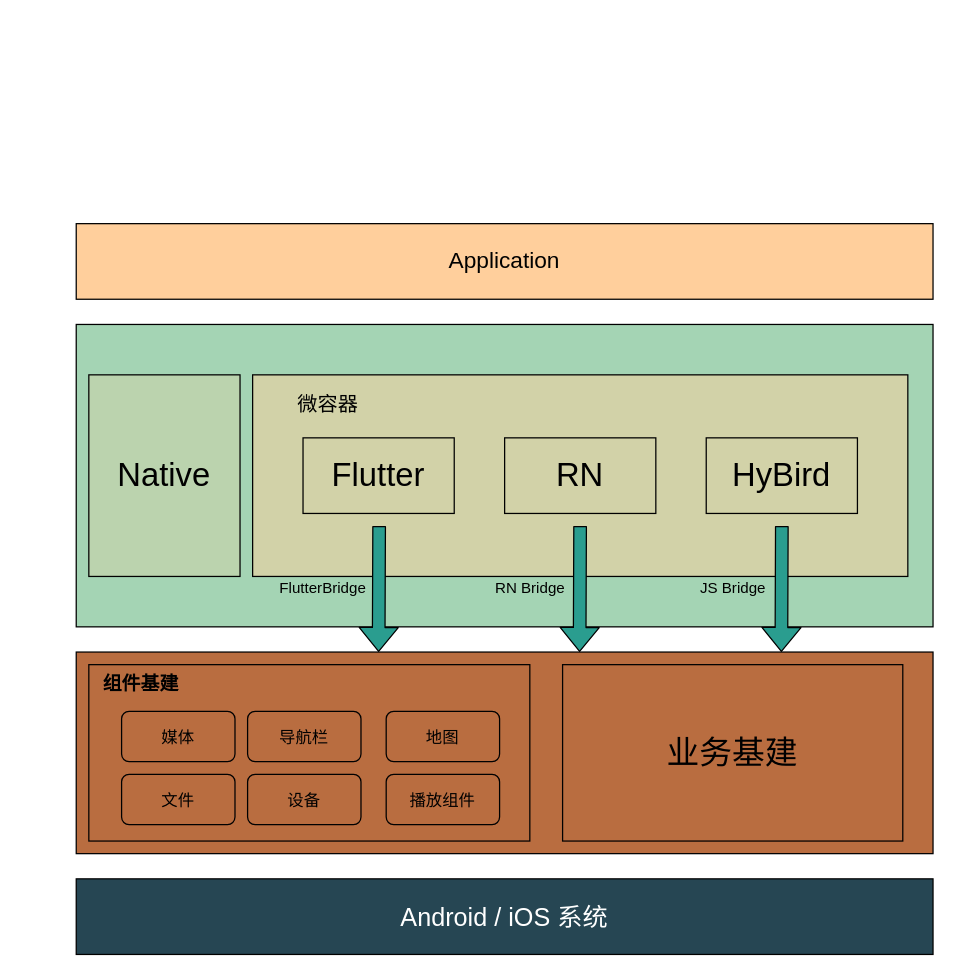
Before: mic_container.drawio in Dcell/drawio, a draw.io diagram. Source tidied: cells renumbered, new cells numbered last; positions are measured from the earlier drawing's top-left corner, leaving out a move shared by most shapes. Both pictures are drawn from the tidied source at 126%, with x=0, y=0 at pixel (71, 223).
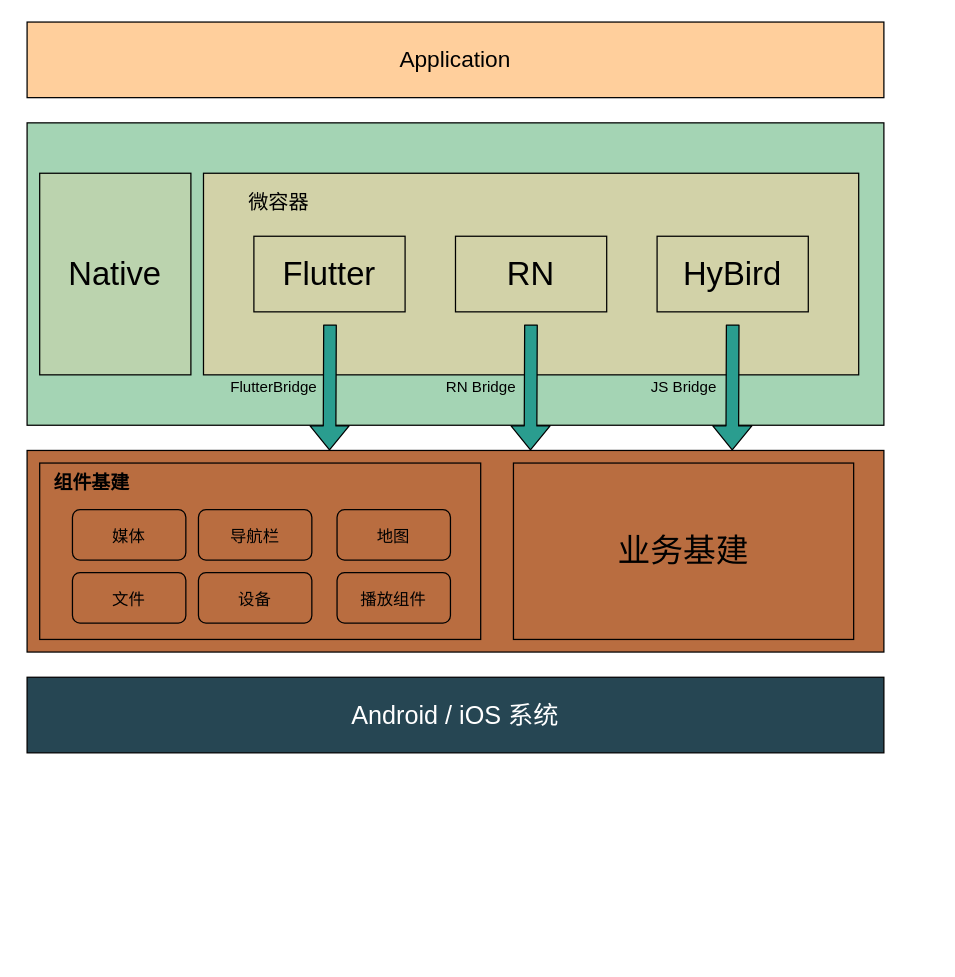
After the change.

Change to the diagram source:
```diff
@@
+    <mxCell id="28" style="group;" parent="1" vertex="1">
+      <mxGeometry x="-39" y="-160" width="684" height="580" as="geometry" />
+    </mxCell>
-    <mxCell id="2" value="&lt;font style=&quot;font-size: 18px&quot;&gt;Application&lt;/font&gt;" style="rounded=0;whiteSpace=wrap;html=1;fillColor=#FFCF9C;" parent="1" vertex="1">
+    <mxCell id="2" value="&lt;font style=&quot;font-size: 18px&quot;&gt;Application&lt;/font&gt;" style="rounded=0;whiteSpace=wrap;html=1;fillColor=#FFCF9C;" parent="28" vertex="1">
       <mxGeometry x="4" width="680" height="60" as="geometry" />
     </mxCell>
-    <mxCell id="3" style="rounded=0;whiteSpace=wrap;html=1;fillColor=#B96D40;" parent="1" vertex="1">
+    <mxCell id="3" style="rounded=0;whiteSpace=wrap;html=1;fillColor=#B96D40;" parent="28" vertex="1">
       <mxGeometry x="4" y="340" width="680" height="160" as="geometry" />
     </mxCell>
-    <mxCell id="4" value="&lt;font style=&quot;font-size: 20px&quot; color=&quot;#ffffff&quot;&gt;Android / iOS 系统&lt;/font&gt;" style="rounded=0;whiteSpace=wrap;html=1;fillColor=#264653;" parent="1" vertex="1">
+    <mxCell id="4" value="&lt;font style=&quot;font-size: 20px&quot; color=&quot;#ffffff&quot;&gt;Android / iOS 系统&lt;/font&gt;" style="rounded=0;whiteSpace=wrap;html=1;fillColor=#264653;" parent="28" vertex="1">
       <mxGeometry x="4" y="520" width="680" height="60" as="geometry" />
     </mxCell>
-    <mxCell id="5" style="rounded=0;whiteSpace=wrap;html=1;fillColor=none;fontSize=26;" parent="1" vertex="1">
+    <mxCell id="5" style="rounded=0;whiteSpace=wrap;html=1;fillColor=none;fontSize=26;" parent="28" vertex="1">
       <mxGeometry x="14" y="350" width="350" height="140" as="geometry" />
     </mxCell>
-    <mxCell id="6" value="业务基建" style="rounded=0;whiteSpace=wrap;html=1;fillColor=none;fontSize=26;" parent="1" vertex="1">
+    <mxCell id="6" value="业务基建" style="rounded=0;whiteSpace=wrap;html=1;fillColor=none;fontSize=26;" parent="28" vertex="1">
       <mxGeometry x="390" y="350" width="270" height="140" as="geometry" />
     </mxCell>
-    <mxCell id="7" style="rounded=0;whiteSpace=wrap;html=1;fontSize=26;fillColor=#A4D4B4;" parent="1" vertex="1">
+    <mxCell id="7" style="rounded=0;whiteSpace=wrap;html=1;fontSize=26;fillColor=#A4D4B4;" parent="28" vertex="1">
       <mxGeometry x="4" y="80" width="680" height="240" as="geometry" />
     </mxCell>
-    <mxCell id="8" style="group;" parent="1" vertex="1">
+    <mxCell id="8" style="group;" parent="28" vertex="1">
       <mxGeometry x="144" y="120" width="520" height="160" as="geometry" />
     </mxCell>
@@
-    <mxCell id="16" value="Native" style="rounded=0;whiteSpace=wrap;html=1;strokeColor=#000000;fontSize=26;fillColor=#BBD3AE;" parent="1" vertex="1">
+    <mxCell id="16" value="Native" style="rounded=0;whiteSpace=wrap;html=1;strokeColor=#000000;fontSize=26;fillColor=#BBD3AE;" parent="28" vertex="1">
       <mxGeometry x="14" y="120" width="120" height="160" as="geometry" />
     </mxCell>
-    <mxCell id="17" value="&lt;p class=&quot;p1&quot; style=&quot;margin: 0px ; font-stretch: normal ; font-size: 13px ; line-height: normal&quot;&gt;媒体&lt;/p&gt;" style="rounded=1;whiteSpace=wrap;html=1;fillColor=#B96D40;fontSize=26;" parent="1" vertex="1">
+    <mxCell id="17" value="&lt;p class=&quot;p1&quot; style=&quot;margin: 0px ; font-stretch: normal ; font-size: 13px ; line-height: normal&quot;&gt;媒体&lt;/p&gt;" style="rounded=1;whiteSpace=wrap;html=1;fillColor=#B96D40;fontSize=26;" parent="28" vertex="1">
       <mxGeometry x="40" y="387" width="90" height="40" as="geometry" />
     </mxCell>
-    <mxCell id="18" value="&lt;p class=&quot;p1&quot; style=&quot;margin: 0px ; font-stretch: normal ; font-size: 13px ; line-height: normal&quot;&gt;导航栏&lt;/p&gt;" style="rounded=1;whiteSpace=wrap;html=1;strokeColor=#000000;fillColor=#B96D40;fontSize=26;" parent="1" vertex="1">
+    <mxCell id="18" value="&lt;p class=&quot;p1&quot; style=&quot;margin: 0px ; font-stretch: normal ; font-size: 13px ; line-height: normal&quot;&gt;导航栏&lt;/p&gt;" style="rounded=1;whiteSpace=wrap;html=1;strokeColor=#000000;fillColor=#B96D40;fontSize=26;" parent="28" vertex="1">
       <mxGeometry x="140" y="387" width="90" height="40" as="geometry" />
     </mxCell>
-    <mxCell id="19" value="&lt;p class=&quot;p1&quot; style=&quot;margin: 0px ; font-stretch: normal ; font-size: 13px ; line-height: normal&quot;&gt;地图&lt;/p&gt;" style="rounded=1;whiteSpace=wrap;html=1;strokeColor=#000000;fillColor=#B96D40;fontSize=26;" parent="1" vertex="1">
+    <mxCell id="19" value="&lt;p class=&quot;p1&quot; style=&quot;margin: 0px ; font-stretch: normal ; font-size: 13px ; line-height: normal&quot;&gt;地图&lt;/p&gt;" style="rounded=1;whiteSpace=wrap;html=1;strokeColor=#000000;fillColor=#B96D40;fontSize=26;" parent="28" vertex="1">
       <mxGeometry x="250" y="387" width="90" height="40" as="geometry" />
     </mxCell>
-    <mxCell id="20" value="&lt;p class=&quot;p1&quot; style=&quot;margin: 0px ; font-stretch: normal ; font-size: 13px ; line-height: normal&quot;&gt;文件&lt;/p&gt;" style="rounded=1;whiteSpace=wrap;html=1;strokeColor=#000000;fillColor=#B96D40;fontSize=26;" parent="1" vertex="1">
+    <mxCell id="20" value="&lt;p class=&quot;p1&quot; style=&quot;margin: 0px ; font-stretch: normal ; font-size: 13px ; line-height: normal&quot;&gt;文件&lt;/p&gt;" style="rounded=1;whiteSpace=wrap;html=1;strokeColor=#000000;fillColor=#B96D40;fontSize=26;" parent="28" vertex="1">
       <mxGeometry x="40" y="437" width="90" height="40" as="geometry" />
     </mxCell>
-    <mxCell id="21" value="&lt;p class=&quot;p1&quot; style=&quot;margin: 0px ; font-stretch: normal ; font-size: 13px ; line-height: normal&quot;&gt;设备&lt;/p&gt;" style="rounded=1;whiteSpace=wrap;html=1;strokeColor=#000000;fillColor=#B96D40;fontSize=26;" parent="1" vertex="1">
+    <mxCell id="21" value="&lt;p class=&quot;p1&quot; style=&quot;margin: 0px ; font-stretch: normal ; font-size: 13px ; line-height: normal&quot;&gt;设备&lt;/p&gt;" style="rounded=1;whiteSpace=wrap;html=1;strokeColor=#000000;fillColor=#B96D40;fontSize=26;" parent="28" vertex="1">
       <mxGeometry x="140" y="437" width="90" height="40" as="geometry" />
     </mxCell>
-    <mxCell id="22" value="&lt;p class=&quot;p1&quot; style=&quot;margin: 0px ; font-stretch: normal ; font-size: 13px ; line-height: normal&quot;&gt;播放组件&lt;/p&gt;" style="rounded=1;whiteSpace=wrap;html=1;strokeColor=#000000;fillColor=#B96D40;fontSize=26;" parent="1" vertex="1">
+    <mxCell id="22" value="&lt;p class=&quot;p1&quot; style=&quot;margin: 0px ; font-stretch: normal ; font-size: 13px ; line-height: normal&quot;&gt;播放组件&lt;/p&gt;" style="rounded=1;whiteSpace=wrap;html=1;strokeColor=#000000;fillColor=#B96D40;fontSize=26;" parent="28" vertex="1">
       <mxGeometry x="250" y="437" width="90" height="40" as="geometry" />
     </mxCell>
-    <mxCell id="23" value="&lt;font style=&quot;font-size: 15px&quot;&gt;组件基建&lt;/font&gt;" style="text;strokeColor=none;fillColor=none;html=1;fontSize=24;fontStyle=1;verticalAlign=middle;align=center;rounded=0;" parent="1" vertex="1">
+    <mxCell id="23" value="&lt;font style=&quot;font-size: 15px&quot;&gt;组件基建&lt;/font&gt;" style="text;strokeColor=none;fillColor=none;html=1;fontSize=24;fontStyle=1;verticalAlign=middle;align=center;rounded=0;" parent="28" vertex="1">
       <mxGeometry y="343" width="110" height="40" as="geometry" />
     </mxCell>
-    <mxCell id="24" style="shape=flexArrow;endArrow=classic;html=1;fontSize=26;fontColor=#000000;entryX=0.823;entryY=0;entryDx=0;entryDy=0;entryPerimeter=0;fillColor=#2A9D8F;" parent="1" edge="1">
+    <mxCell id="24" style="shape=flexArrow;endArrow=classic;html=1;fontSize=26;fontColor=#000000;entryX=0.823;entryY=0;entryDx=0;entryDy=0;entryPerimeter=0;fillColor=#2A9D8F;" parent="28" edge="1">
       <mxGeometry relative="1" as="geometry">
         <mxPoint x="244.4" y="240" as="sourcePoint" />
         <mxPoint x="244" y="340" as="targetPoint" />
       </mxGeometry>
     </mxCell>
-    <mxCell id="25" value="FlutterBridge" style="text;html=1;strokeColor=none;fillColor=none;align=center;verticalAlign=middle;whiteSpace=wrap;rounded=0;fontSize=12;fontColor=#000000;" parent="1" vertex="1">
+    <mxCell id="25" value="FlutterBridge" style="text;html=1;strokeColor=none;fillColor=none;align=center;verticalAlign=middle;whiteSpace=wrap;rounded=0;fontSize=12;fontColor=#000000;" parent="28" vertex="1">
       <mxGeometry x="180" y="280" width="40" height="20" as="geometry" />
     </mxCell>
-    <mxCell id="26" value="RN Bridge" style="text;html=1;align=center;verticalAlign=middle;fontSize=12;fontColor=#000000;" parent="1" vertex="1">
+    <mxCell id="26" value="RN Bridge" style="text;html=1;align=center;verticalAlign=middle;fontSize=12;fontColor=#000000;" parent="28" vertex="1">
       <mxGeometry x="329" y="280" width="70" height="20" as="geometry" />
     </mxCell>
-    <mxCell id="27" value="JS Bridge" style="text;html=1;align=center;verticalAlign=middle;fontSize=12;fontColor=#000000;" parent="1" vertex="1">
+    <mxCell id="27" value="JS Bridge" style="text;html=1;align=center;verticalAlign=middle;fontSize=12;fontColor=#000000;" parent="28" vertex="1">
       <mxGeometry x="490" y="280" width="70" height="20" as="geometry" />
     </mxCell>
```
